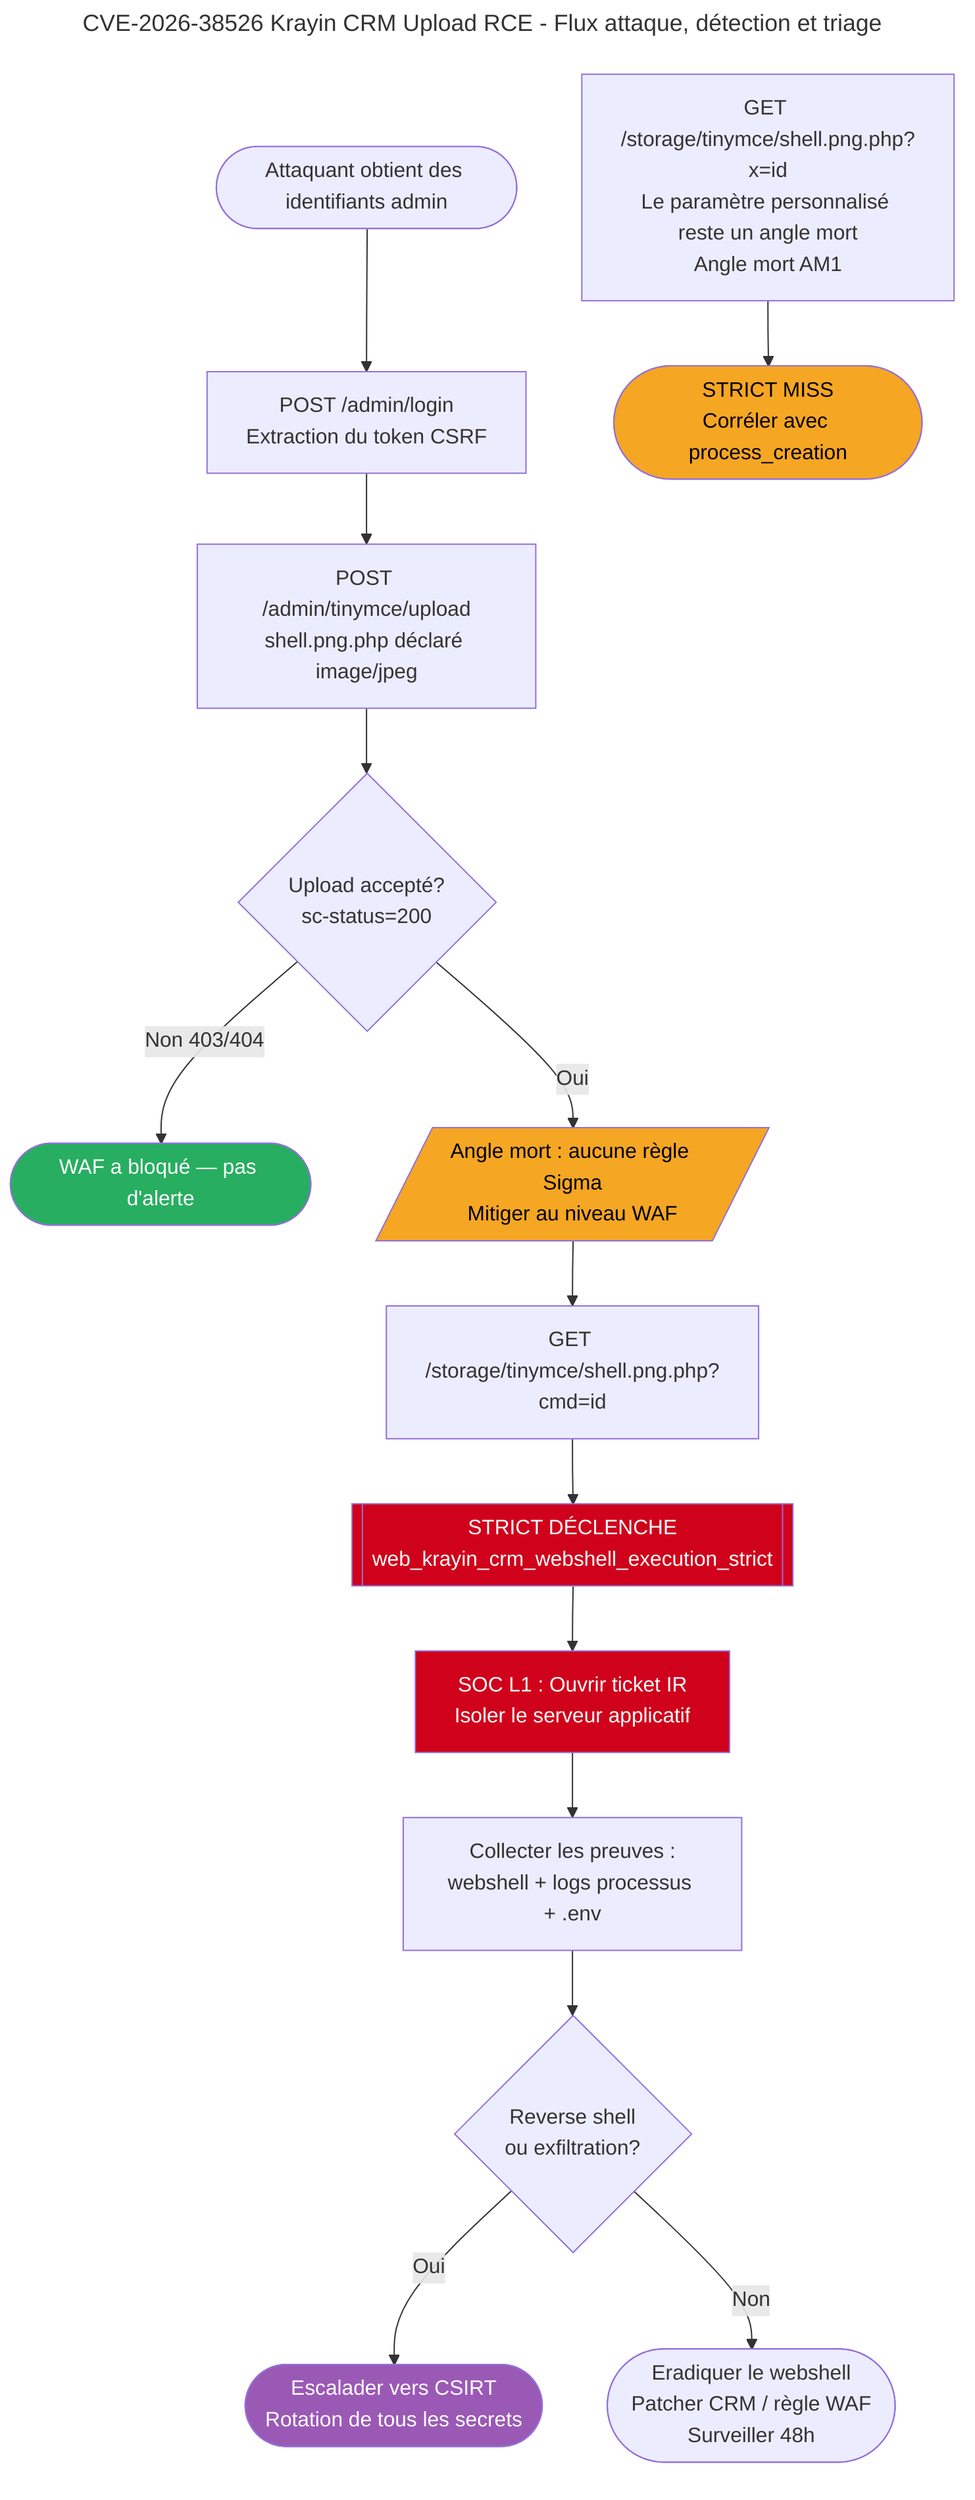
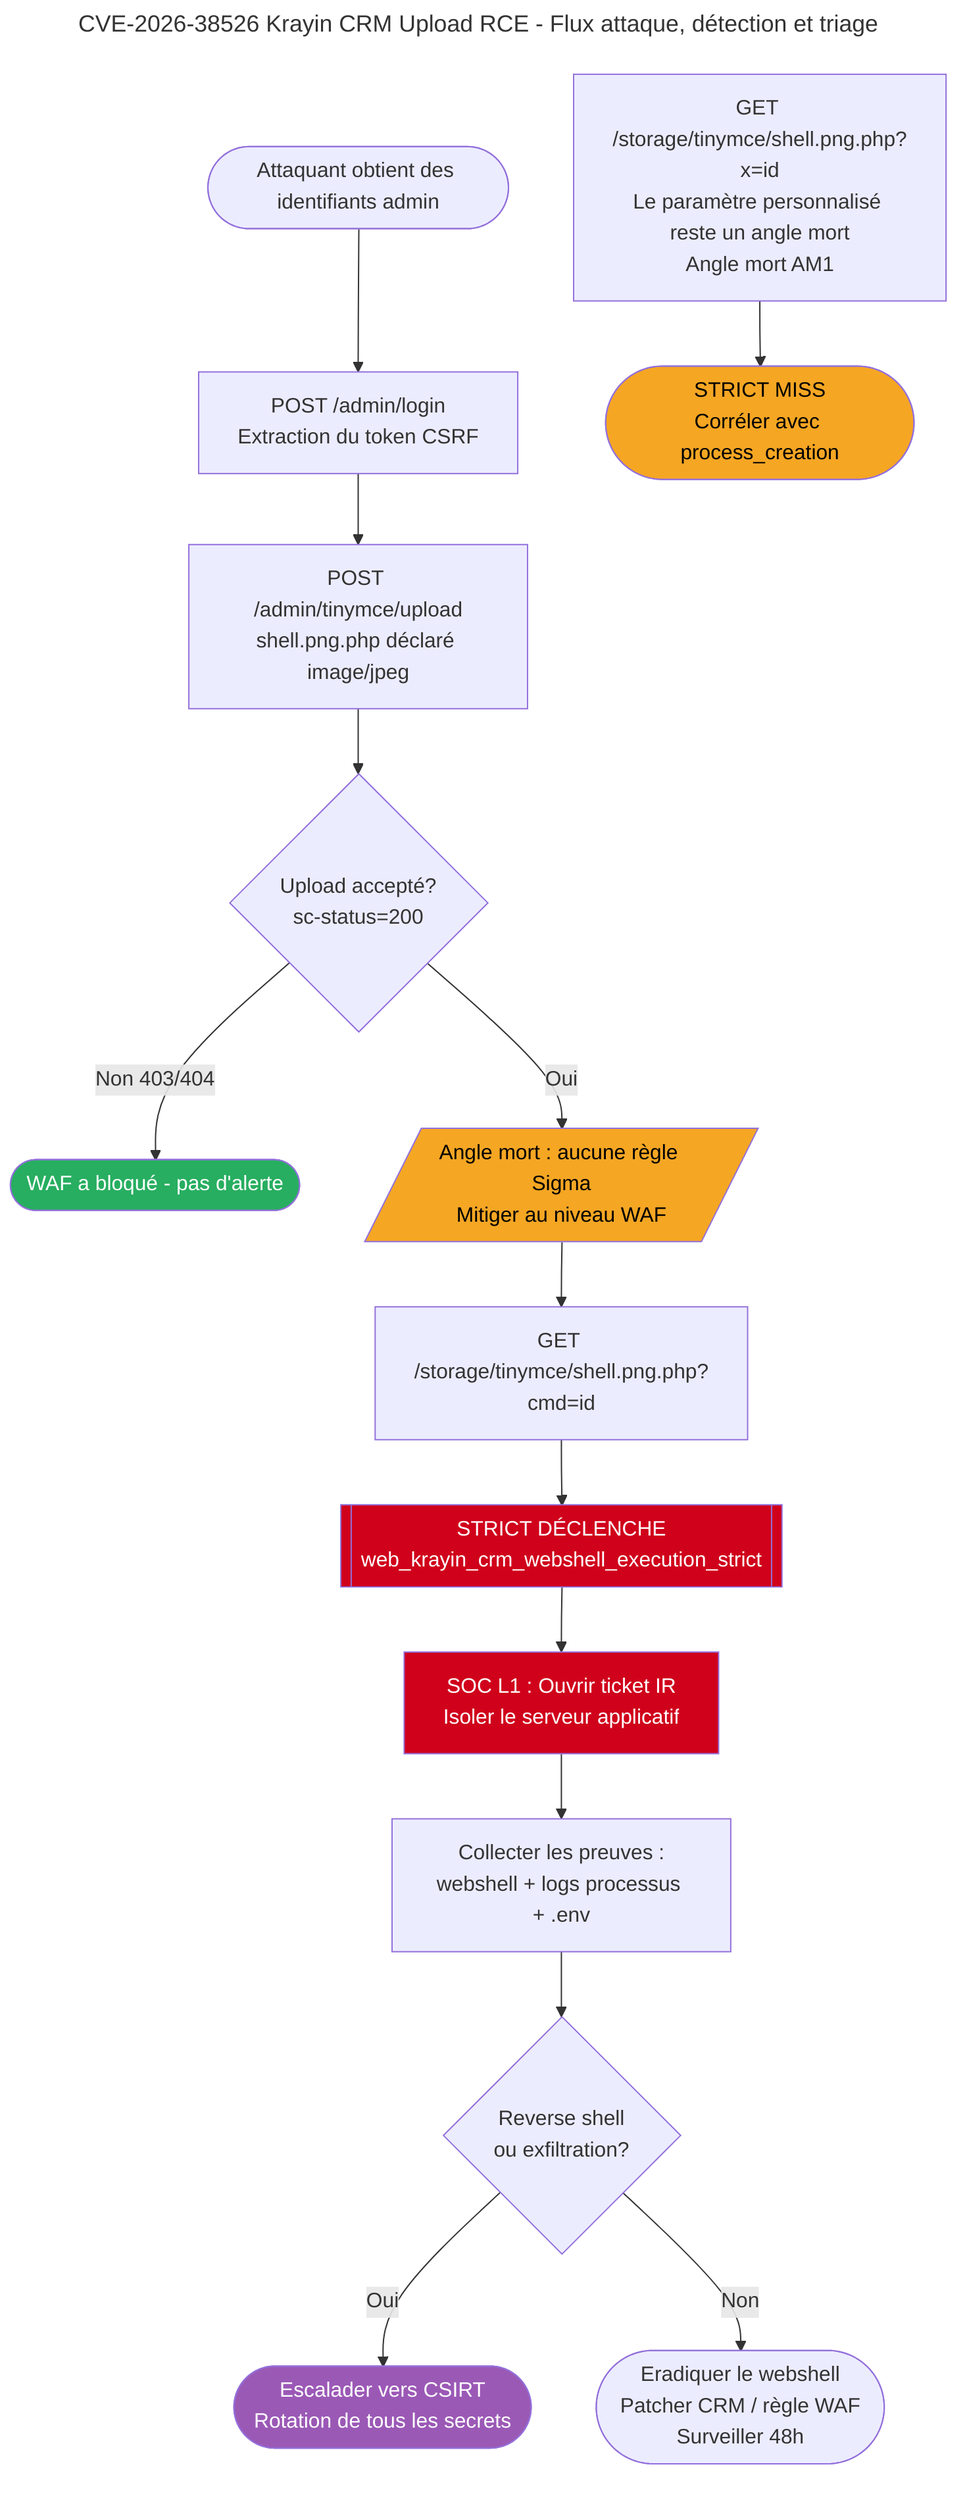
---
title: CVE-2026-38526 Krayin CRM Upload RCE - Flux attaque, détection et triage
---
flowchart TD
    A([Attaquant obtient des identifiants admin]) --> B[POST /admin/login\nExtraction du token CSRF]
    B --> C[POST /admin/tinymce/upload\nshell.png.php déclaré image/jpeg]
    C --> D{Upload accepté?\nsc-status=200}
-     D -->|Non 403/404| Z1([WAF a bloqué — pas d'alerte])
+     D -->|Non 403/404| Z1([WAF a bloqué - pas d'alerte])
    D -->|Oui| E[/Angle mort : aucune règle Sigma\nMitiger au niveau WAF/]
    E --> F[GET /storage/tinymce/shell.png.php?cmd=id]
    F --> G[[STRICT DÉCLENCHE\nweb_krayin_crm_webshell_execution_strict]]
    G --> H[SOC L1 : Ouvrir ticket IR\nIsoler le serveur applicatif]
    H --> I[Collecter les preuves :\nwebshell + logs processus + .env]
    I --> J{Reverse shell\nou exfiltration?}
    J -->|Oui| K([Escalader vers CSIRT\nRotation de tous les secrets])
    J -->|Non| L([Eradiquer le webshell\nPatcher CRM / règle WAF\nSurveiller 48h])

    F2[GET /storage/tinymce/shell.png.php?x=id
Le paramètre personnalisé reste un angle mort\nAngle mort AM1] --> Z2([STRICT MISS\nCorréler avec process_creation])

    style G fill:#d0021b,color:#fff
    style H fill:#d0021b,color:#fff
    style K fill:#9b59b6,color:#fff
    style E fill:#f5a623,color:#000
    style Z1 fill:#27ae60,color:#fff
    style Z2 fill:#f5a623,color:#000
